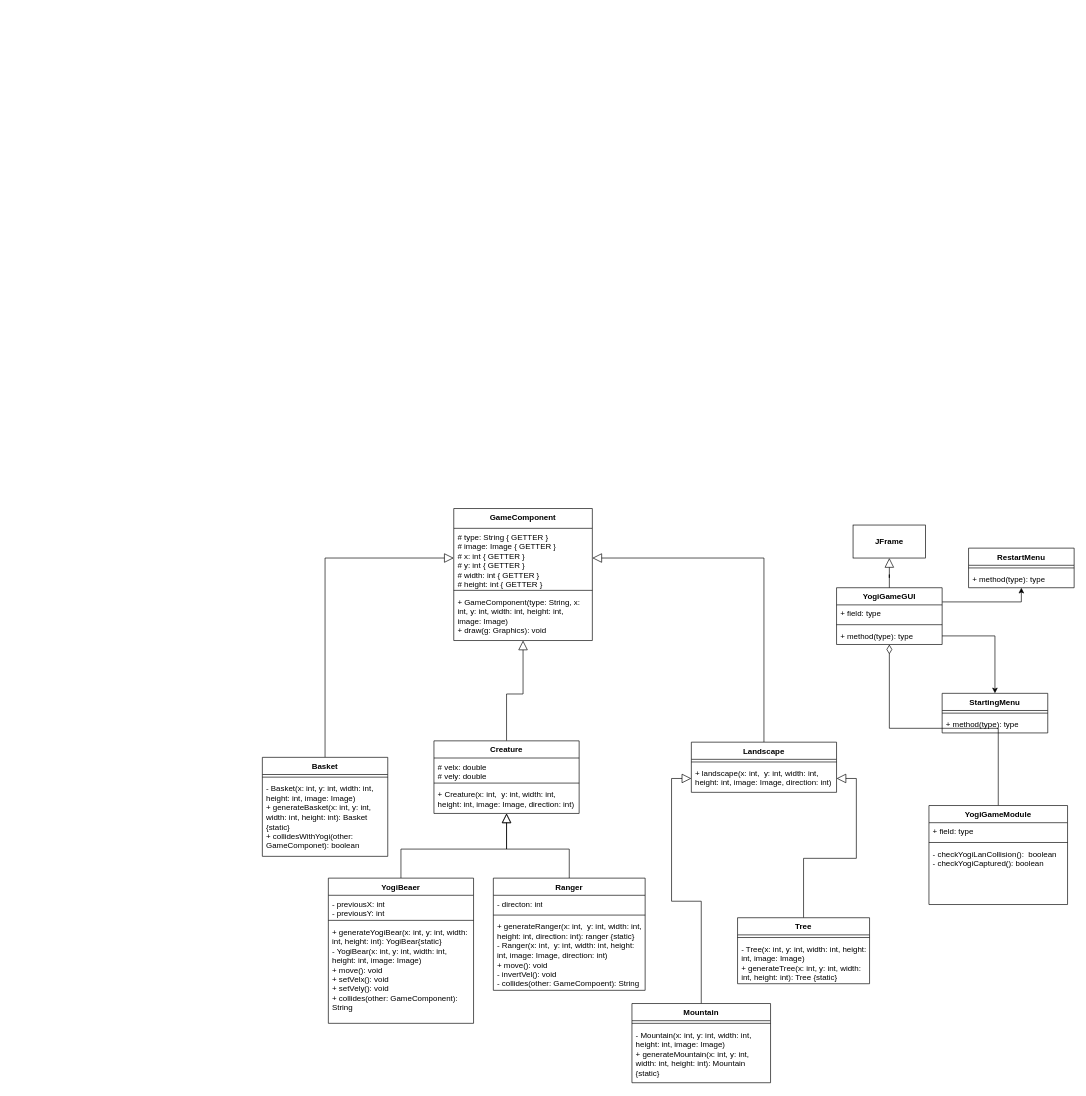
This is thirdAssignment.drawio from summertx/uml, a draw.io file, before an edit. Source tidied: cells renumbered, new cells numbered last; positions are measured from the earlier drawing's top-left corner, leaving out a move shared by most shapes. Both pictures are drawn from the tidied source at 66%, with x=0, y=0 at pixel (262, 508).
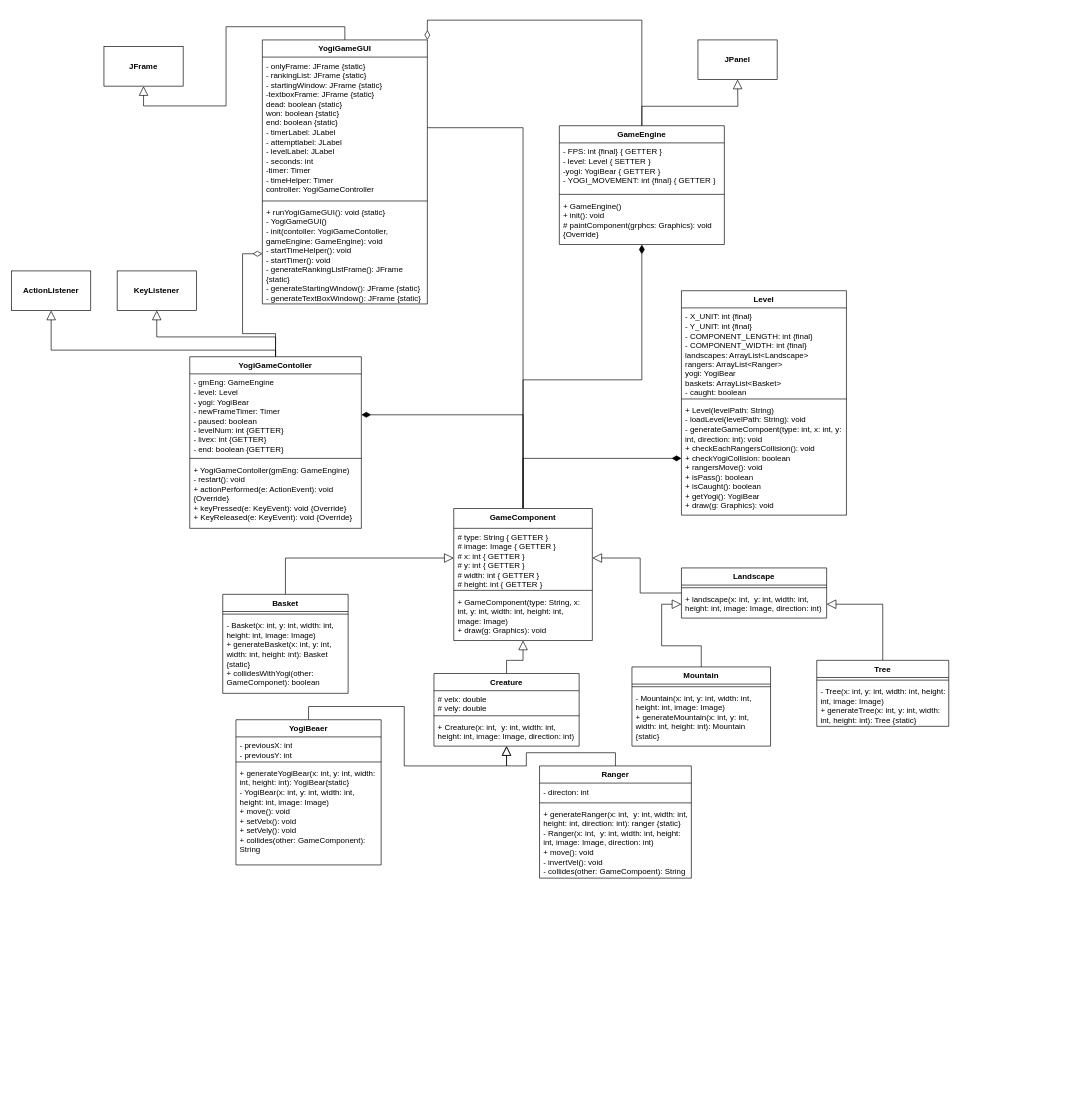
The same page after the edit.

Unchanged cells that the change refers to:
```xml
<mxCell id="8" value="&lt;div&gt;&lt;span style=&quot;background-color: initial;&quot;&gt;GameComponent&lt;/span&gt;&lt;/div&gt;" style="swimlane;fontStyle=1;align=center;verticalAlign=top;horizontal=1;startSize=30;whiteSpace=wrap;html=1;" parent="1" vertex="1">
  <mxGeometry x="290" width="210" height="200" as="geometry" />
</mxCell>
```

Diff of the diagram source:
```diff
@@
     <mxCell id="5" value="Basket" style="swimlane;fontStyle=1;align=center;verticalAlign=top;horizontal=1;startSize=26;whiteSpace=wrap;html=1;" parent="1" vertex="1">
-      <mxGeometry y="377" width="190" height="150" as="geometry" />
+      <mxGeometry x="-60" y="130" width="190" height="150" as="geometry" />
     </mxCell>
@@
+    <mxCell id="56" style="edgeStyle=orthogonalEdgeStyle;rounded=0;jettySize=auto;html=1;exitX=0.5;exitY=0;exitDx=0;exitDy=0;entryX=0.5;entryY=1;entryDx=0;entryDy=0;endSize=12;endArrow=diamondThin;endFill=1;" parent="1" edge="1" source="8" target="61">
+      <mxGeometry relative="1" as="geometry" />
+    </mxCell>
+    <mxCell id="57" style="edgeStyle=orthogonalEdgeStyle;rounded=0;jettySize=auto;html=1;exitX=0.5;exitY=0;exitDx=0;exitDy=0;entryX=0;entryY=0.5;entryDx=0;entryDy=0;endArrow=diamondThin;endFill=1;endSize=12;" parent="1" edge="1" source="8" target="72">
+      <mxGeometry relative="1" as="geometry" />
+    </mxCell>
+    <mxCell id="58" style="edgeStyle=orthogonalEdgeStyle;rounded=0;jettySize=auto;html=1;endArrow=none;endFill=0;endSize=12;" parent="1" edge="1" source="8" target="66">
+      <mxGeometry relative="1" as="geometry" />
+    </mxCell>
+    <mxCell id="59" style="edgeStyle=orthogonalEdgeStyle;rounded=0;jettySize=auto;html=1;entryX=1;entryY=0.5;entryDx=0;entryDy=0;endArrow=diamondThin;endFill=1;endSize=12;" parent="1" edge="1" source="8" target="77">
+      <mxGeometry relative="1" as="geometry" />
+    </mxCell>
@@
     <mxCell id="13" value="Ranger" style="swimlane;fontStyle=1;align=center;verticalAlign=top;horizontal=1;startSize=26;whiteSpace=wrap;html=1;" parent="1" vertex="1">
-      <mxGeometry x="350" y="560" width="230" height="170" as="geometry" />
+      <mxGeometry x="420" y="390" width="230" height="170" as="geometry" />
     </mxCell>
@@
     <mxCell id="18" value="Tree" style="swimlane;fontStyle=1;align=center;verticalAlign=top;horizontal=1;startSize=26;whiteSpace=wrap;html=1;" parent="1" vertex="1">
-      <mxGeometry x="720" y="620" width="200" height="100" as="geometry" />
+      <mxGeometry x="840" y="230" width="200" height="100" as="geometry" />
     </mxCell>
@@
     <mxCell id="22" value="Mountain" style="swimlane;fontStyle=1;align=center;verticalAlign=top;horizontal=1;startSize=26;whiteSpace=wrap;html=1;" parent="1" vertex="1">
-      <mxGeometry x="560" y="750" width="210" height="120" as="geometry" />
+      <mxGeometry x="560" y="240" width="210" height="120" as="geometry" />
     </mxCell>
@@
-    <mxCell id="25" style="edgeStyle=orthogonalEdgeStyle;rounded=0;jettySize=auto;html=1;exitX=0.5;exitY=0;exitDx=0;exitDy=0;endArrow=diamondThin;endFill=0;endSize=12;" parent="1" edge="1" source="26" target="31">
-      <mxGeometry relative="1" as="geometry" />
-    </mxCell>
-    <mxCell id="26" value="YogiGameModule" style="swimlane;fontStyle=1;align=center;verticalAlign=top;horizontal=1;startSize=26;whiteSpace=wrap;html=1;" parent="1" vertex="1">
-      <mxGeometry x="1010" y="450" width="210" height="150" as="geometry" />
-    </mxCell>
-    <mxCell id="27" value="+ field: type" style="text;strokeColor=none;fillColor=none;align=left;verticalAlign=top;spacingLeft=4;spacingRight=4;overflow=hidden;whiteSpace=wrap;html=1;" parent="26" vertex="1">
-      <mxGeometry y="26" width="210" height="26" as="geometry" />
-    </mxCell>
-    <mxCell id="28" style="line;strokeWidth=1;fillColor=none;align=left;verticalAlign=middle;spacingTop=-1;spacingLeft=3;spacingRight=3;labelPosition=right;strokeColor=inherit;" parent="26" vertex="1">
-      <mxGeometry y="52" width="210" height="8" as="geometry" />
-    </mxCell>
-    <mxCell id="29" value="- checkYogiLanCollision():&amp;nbsp; boolean&lt;div&gt;- checkYogiCaptured(): boolean&lt;/div&gt;" style="text;strokeColor=none;fillColor=none;align=left;verticalAlign=top;spacingLeft=4;spacingRight=4;overflow=hidden;whiteSpace=wrap;html=1;" parent="26" vertex="1">
-      <mxGeometry y="60" width="210" height="90" as="geometry" />
-    </mxCell>
-    <mxCell id="30" style="edgeStyle=orthogonalEdgeStyle;rounded=0;jettySize=auto;html=1;exitX=1;exitY=0.25;exitDx=0;exitDy=0;entryX=0.5;entryY=1;entryDx=0;entryDy=0;" parent="1" edge="1" source="31" target="38">
-      <mxGeometry relative="1" as="geometry" />
-    </mxCell>
-    <mxCell id="31" value="YogiGameGUI" style="swimlane;fontStyle=1;align=center;verticalAlign=top;horizontal=1;startSize=26;whiteSpace=wrap;html=1;" parent="1" vertex="1">
-      <mxGeometry x="870" y="120" width="160" height="86" as="geometry" />
-    </mxCell>
-    <mxCell id="32" value="+ field: type" style="text;strokeColor=none;fillColor=none;align=left;verticalAlign=top;spacingLeft=4;spacingRight=4;overflow=hidden;whiteSpace=wrap;html=1;" parent="31" vertex="1">
-      <mxGeometry y="26" width="160" height="26" as="geometry" />
-    </mxCell>
-    <mxCell id="33" style="line;strokeWidth=1;fillColor=none;align=left;verticalAlign=middle;spacingTop=-1;spacingLeft=3;spacingRight=3;labelPosition=right;strokeColor=inherit;" parent="31" vertex="1">
-      <mxGeometry y="52" width="160" height="8" as="geometry" />
-    </mxCell>
-    <mxCell id="34" value="+ method(type): type" style="text;strokeColor=none;fillColor=none;align=left;verticalAlign=top;spacingLeft=4;spacingRight=4;overflow=hidden;points=[[0,0.5],[1,0.5]];portConstraint=eastwest;whiteSpace=wrap;html=1;" parent="31" vertex="1">
-      <mxGeometry y="60" width="160" height="26" as="geometry" />
-    </mxCell>
-    <mxCell id="35" value="StartingMenu" style="swimlane;fontStyle=1;align=center;verticalAlign=top;horizontal=1;startSize=26;whiteSpace=wrap;html=1;" parent="1" vertex="1">
-      <mxGeometry x="1030" y="280" width="160" height="60" as="geometry" />
-    </mxCell>
-    <mxCell id="36" style="line;strokeWidth=1;fillColor=none;align=left;verticalAlign=middle;spacingTop=-1;spacingLeft=3;spacingRight=3;labelPosition=right;strokeColor=inherit;" parent="35" vertex="1">
-      <mxGeometry y="26" width="160" height="8" as="geometry" />
-    </mxCell>
-    <mxCell id="37" value="+ method(type): type" style="text;strokeColor=none;fillColor=none;align=left;verticalAlign=top;spacingLeft=4;spacingRight=4;overflow=hidden;whiteSpace=wrap;html=1;" parent="35" vertex="1">
-      <mxGeometry y="34" width="160" height="26" as="geometry" />
-    </mxCell>
-    <mxCell id="38" value="RestartMenu" style="swimlane;fontStyle=1;align=center;verticalAlign=top;horizontal=1;startSize=26;whiteSpace=wrap;html=1;" parent="1" vertex="1">
-      <mxGeometry x="1070" y="60" width="160" height="60" as="geometry" />
-    </mxCell>
-    <mxCell id="39" style="line;strokeWidth=1;fillColor=none;align=left;verticalAlign=middle;spacingTop=-1;spacingLeft=3;spacingRight=3;labelPosition=right;strokeColor=inherit;" parent="38" vertex="1">
-      <mxGeometry y="26" width="160" height="8" as="geometry" />
-    </mxCell>
-    <mxCell id="40" value="+ method(type): type" style="text;strokeColor=none;fillColor=none;align=left;verticalAlign=top;spacingLeft=4;spacingRight=4;overflow=hidden;whiteSpace=wrap;html=1;" parent="38" vertex="1">
-      <mxGeometry y="34" width="160" height="26" as="geometry" />
-    </mxCell>
-    <mxCell id="41" style="edgeStyle=orthogonalEdgeStyle;rounded=0;jettySize=auto;html=1;exitX=1;exitY=0.5;exitDx=0;exitDy=0;entryX=0.5;entryY=0;entryDx=0;entryDy=0;" parent="1" edge="1" source="34" target="35">
-      <mxGeometry relative="1" as="geometry" />
-    </mxCell>
-    <mxCell id="42" style="edgeStyle=orthogonalEdgeStyle;rounded=0;jettySize=auto;html=1;entryX=0.5;entryY=0;entryDx=0;entryDy=0;startArrow=block;startFill=0;endArrow=none;endFill=0;startSize=12;" parent="1" edge="1" source="43" target="31">
-      <mxGeometry relative="1" as="geometry" />
-    </mxCell>
-    <mxCell id="43" value="&lt;b&gt;JFrame&lt;/b&gt;" style="html=1;whiteSpace=wrap;" parent="1" vertex="1">
-      <mxGeometry x="895" y="25" width="110" height="50" as="geometry" />
-    </mxCell>
     <mxCell id="44" value="YogiBeaer" style="swimlane;fontStyle=1;align=center;verticalAlign=top;horizontal=1;startSize=26;whiteSpace=wrap;html=1;" parent="1" vertex="1">
-      <mxGeometry x="100" y="560" width="220" height="220" as="geometry" />
+      <mxGeometry x="-40" y="320" width="220" height="220" as="geometry" />
     </mxCell>
@@
     <mxCell id="48" value="Creature" style="swimlane;fontStyle=1;align=center;verticalAlign=top;horizontal=1;startSize=26;whiteSpace=wrap;html=1;" parent="1" vertex="1">
-      <mxGeometry x="260" y="352" width="220" height="110" as="geometry" />
+      <mxGeometry x="260" y="250" width="220" height="110" as="geometry" />
     </mxCell>
@@
     <mxCell id="53" value="Landscape" style="swimlane;fontStyle=1;align=center;verticalAlign=top;horizontal=1;startSize=26;whiteSpace=wrap;html=1;" parent="1" vertex="1">
-      <mxGeometry x="650" y="354" width="220" height="76" as="geometry" />
+      <mxGeometry x="635" y="90" width="220" height="76" as="geometry" />
     </mxCell>
@@
+    <mxCell id="60" style="edgeStyle=orthogonalEdgeStyle;rounded=0;jettySize=auto;html=1;exitX=0.5;exitY=0;exitDx=0;exitDy=0;endArrow=block;endFill=0;endSize=12;" parent="1" edge="1" source="61">
+      <mxGeometry relative="1" as="geometry">
+        <mxPoint x="720" y="-650" as="targetPoint" />
+      </mxGeometry>
+    </mxCell>
+    <mxCell id="61" value="GameEngine" style="swimlane;fontStyle=1;align=center;verticalAlign=top;horizontal=1;startSize=26;whiteSpace=wrap;html=1;" parent="1" vertex="1">
+      <mxGeometry x="450" y="-580" width="250" height="180" as="geometry" />
+    </mxCell>
+    <mxCell id="62" value="- FPS: int {final} { GETTER }&lt;div&gt;- level: Level { SETTER }&lt;/div&gt;&lt;div&gt;-yogi: YogiBear { GETTER }&lt;/div&gt;&lt;div&gt;- YOGI_MOVEMENT: int {final} { GETTER }&lt;/div&gt;" style="text;strokeColor=none;fillColor=none;align=left;verticalAlign=top;spacingLeft=4;spacingRight=4;overflow=hidden;whiteSpace=wrap;html=1;" parent="61" vertex="1">
+      <mxGeometry y="26" width="250" height="74" as="geometry" />
+    </mxCell>
+    <mxCell id="63" style="line;strokeWidth=1;fillColor=none;align=left;verticalAlign=middle;spacingTop=-1;spacingLeft=3;spacingRight=3;labelPosition=right;strokeColor=inherit;" parent="61" vertex="1">
+      <mxGeometry y="100" width="250" height="8" as="geometry" />
+    </mxCell>
+    <mxCell id="64" value="+ GameEngine()&lt;div&gt;+ init(): void&lt;/div&gt;&lt;div&gt;# paintComponent(grphcs: Graphics): void {Override}&lt;/div&gt;" style="text;strokeColor=none;fillColor=none;align=left;verticalAlign=top;spacingLeft=4;spacingRight=4;overflow=hidden;whiteSpace=wrap;html=1;" parent="61" vertex="1">
+      <mxGeometry y="108" width="250" height="72" as="geometry" />
+    </mxCell>
+    <mxCell id="65" style="edgeStyle=orthogonalEdgeStyle;rounded=0;jettySize=auto;html=1;exitX=0.5;exitY=0;exitDx=0;exitDy=0;entryX=0.5;entryY=1;entryDx=0;entryDy=0;endArrow=block;endFill=0;endSize=12;" parent="1" edge="1" source="31" target="43">
+      <mxGeometry relative="1" as="geometry" />
+    </mxCell>
+    <mxCell id="31" value="YogiGameGUI" style="swimlane;fontStyle=1;align=center;verticalAlign=top;horizontal=1;startSize=26;whiteSpace=wrap;html=1;" parent="1" vertex="1">
+      <mxGeometry y="-710" width="250" height="400" as="geometry" />
+    </mxCell>
+    <mxCell id="66" value="- onlyFrame: JFrame {static}&lt;div&gt;- rankingList: JFrame {static}&lt;/div&gt;&lt;div&gt;- startingWindow: JFrame {static}&lt;/div&gt;&lt;div&gt;-textboxFrame: JFrame {static}&lt;/div&gt;&lt;div&gt;dead: boolean {static}&lt;/div&gt;&lt;div&gt;won: boolean {static}&lt;/div&gt;&lt;div&gt;end: boolean {static}&lt;/div&gt;&lt;div&gt;- timerLabel: JLabel&lt;/div&gt;&lt;div&gt;- attemptlabel: JLabel&lt;/div&gt;&lt;div&gt;- levelLabel: JLabel&amp;nbsp;&lt;/div&gt;&lt;div&gt;- seconds: int&amp;nbsp;&lt;/div&gt;&lt;div&gt;-timer: Timer&lt;/div&gt;&lt;div&gt;- timeHelper: Timer&lt;/div&gt;&lt;div&gt;controller: YogiGameController&lt;/div&gt;" style="text;strokeColor=none;fillColor=none;align=left;verticalAlign=top;spacingLeft=4;spacingRight=4;overflow=hidden;points=[[0,0.5],[1,0.5]];portConstraint=eastwest;whiteSpace=wrap;html=1;" parent="31" vertex="1">
+      <mxGeometry y="26" width="250" height="214" as="geometry" />
+    </mxCell>
+    <mxCell id="67" style="line;strokeWidth=1;fillColor=none;align=left;verticalAlign=middle;spacingTop=-1;spacingLeft=3;spacingRight=3;labelPosition=right;strokeColor=inherit;" parent="31" vertex="1">
+      <mxGeometry y="240" width="250" height="8" as="geometry" />
+    </mxCell>
+    <mxCell id="68" value="+ runYogiGameGUI(): void {static}&lt;div&gt;- YogiGameGUI()&lt;/div&gt;&lt;div&gt;- init(contoller: YogiGameContoller, gameEngine: GameEngine): void&lt;/div&gt;&lt;div&gt;- startTimeHelper(): void&lt;/div&gt;&lt;div&gt;- startTimer(): void&lt;/div&gt;&lt;div&gt;- generateRankingListFrame(): JFrame {static}&lt;/div&gt;&lt;div&gt;- generateStartingWindow(): JFrame {static}&lt;/div&gt;&lt;div&gt;- generateTextBoxWindow(): JFrame {static}&lt;/div&gt;" style="text;strokeColor=none;fillColor=none;align=left;verticalAlign=top;spacingLeft=4;spacingRight=4;overflow=hidden;points=[[0,0.5],[1,0.5]];portConstraint=eastwest;whiteSpace=wrap;html=1;" parent="31" vertex="1">
+      <mxGeometry y="248" width="250" height="152" as="geometry" />
+    </mxCell>
+    <mxCell id="69" value="Level" style="swimlane;fontStyle=1;align=center;verticalAlign=top;horizontal=1;startSize=26;whiteSpace=wrap;html=1;" parent="1" vertex="1">
+      <mxGeometry x="635" y="-330" width="250" height="340" as="geometry" />
+    </mxCell>
+    <mxCell id="70" value="- X_UNIT: int {final}&lt;div&gt;- Y_UNIT: int {final}&lt;/div&gt;&lt;div&gt;- COMPONENT_LENGTH: int {final}&lt;/div&gt;&lt;div&gt;- COMPONENT_WIDTH: int {final}&lt;/div&gt;&lt;div&gt;landscapes: ArrayList&amp;lt;Landscape&amp;gt;&lt;/div&gt;&lt;div&gt;rangers: ArrayList&amp;lt;Ranger&amp;gt;&lt;/div&gt;&lt;div&gt;yogi: YogiBear&lt;/div&gt;&lt;div&gt;baskets: ArrayList&amp;lt;Basket&amp;gt;&lt;/div&gt;&lt;div&gt;- caught: boolean&lt;/div&gt;" style="text;strokeColor=none;fillColor=none;align=left;verticalAlign=top;spacingLeft=4;spacingRight=4;overflow=hidden;whiteSpace=wrap;html=1;" parent="69" vertex="1">
+      <mxGeometry y="26" width="250" height="134" as="geometry" />
+    </mxCell>
+    <mxCell id="71" style="line;strokeWidth=1;fillColor=none;align=left;verticalAlign=middle;spacingTop=-1;spacingLeft=3;spacingRight=3;labelPosition=right;strokeColor=inherit;" parent="69" vertex="1">
+      <mxGeometry y="160" width="250" height="8" as="geometry" />
+    </mxCell>
+    <mxCell id="72" value="+ Level(levelPath: String)&lt;div&gt;- loadLevel(levelPath: String): void&lt;/div&gt;&lt;div&gt;- generateGameCompoent(type: int, x: int, y: int, direction: int): void&lt;/div&gt;&lt;div&gt;+ checkEachRangersCollision(): void&lt;/div&gt;&lt;div&gt;+ checkYogiCollision: boolean&lt;/div&gt;&lt;div&gt;+ rangersMove(): void&lt;/div&gt;&lt;div&gt;+ isPass(): boolean&lt;/div&gt;&lt;div&gt;+ isCaught(): boolean&lt;/div&gt;&lt;div&gt;+ getYogi(): YogiBear&lt;/div&gt;&lt;div&gt;+ draw(g: Graphics): void&lt;/div&gt;" style="text;strokeColor=none;fillColor=none;align=left;verticalAlign=top;spacingLeft=4;spacingRight=4;overflow=hidden;points=[[0,0.5],[1,0.5]];portConstraint=eastwest;whiteSpace=wrap;html=1;" parent="69" vertex="1">
+      <mxGeometry y="168" width="250" height="172" as="geometry" />
+    </mxCell>
+    <mxCell id="73" style="edgeStyle=orthogonalEdgeStyle;rounded=0;jettySize=auto;html=1;exitX=0.5;exitY=0;exitDx=0;exitDy=0;entryX=0;entryY=0.5;entryDx=0;entryDy=0;endArrow=diamondThin;endFill=0;endSize=12;" parent="1" edge="1" source="76" target="68">
+      <mxGeometry relative="1" as="geometry" />
+    </mxCell>
+    <mxCell id="74" style="edgeStyle=orthogonalEdgeStyle;rounded=0;jettySize=auto;html=1;exitX=0.5;exitY=0;exitDx=0;exitDy=0;entryX=0.5;entryY=1;entryDx=0;entryDy=0;endArrow=block;endFill=0;endSize=12;" parent="1" edge="1" source="76" target="81">
+      <mxGeometry relative="1" as="geometry" />
+    </mxCell>
+    <mxCell id="75" style="edgeStyle=orthogonalEdgeStyle;rounded=0;jettySize=auto;html=1;entryX=0.5;entryY=1;entryDx=0;entryDy=0;endArrow=block;endFill=0;endSize=12;" parent="1" edge="1" source="76" target="82">
+      <mxGeometry relative="1" as="geometry">
+        <Array as="points">
+          <mxPoint x="20" y="-240" />
+          <mxPoint x="-320" y="-240" />
+        </Array>
+      </mxGeometry>
+    </mxCell>
+    <mxCell id="76" value="YogiGameContoller" style="swimlane;fontStyle=1;align=center;verticalAlign=top;horizontal=1;startSize=26;whiteSpace=wrap;html=1;" parent="1" vertex="1">
+      <mxGeometry x="-110" y="-230" width="260" height="260" as="geometry" />
+    </mxCell>
+    <mxCell id="77" value="- gmEng: GameEngine&lt;div&gt;- level: Level&lt;/div&gt;&lt;div&gt;- yogi: YogiBear&lt;/div&gt;&lt;div&gt;- newFrameTimer: Timer&lt;/div&gt;&lt;div&gt;- paused: boolean&lt;/div&gt;&lt;div&gt;- levelNum: int {GETTER}&lt;/div&gt;&lt;div&gt;- livex: int {GETTER}&lt;/div&gt;&lt;div&gt;- end: boolean {GETTER}&lt;/div&gt;" style="text;strokeColor=none;fillColor=none;align=left;verticalAlign=top;spacingLeft=4;spacingRight=4;overflow=hidden;points=[[0,0.5],[1,0.5]];portConstraint=eastwest;whiteSpace=wrap;html=1;" parent="76" vertex="1">
+      <mxGeometry y="26" width="260" height="124" as="geometry" />
+    </mxCell>
+    <mxCell id="78" style="line;strokeWidth=1;fillColor=none;align=left;verticalAlign=middle;spacingTop=-1;spacingLeft=3;spacingRight=3;labelPosition=right;strokeColor=inherit;" parent="76" vertex="1">
+      <mxGeometry y="150" width="260" height="8" as="geometry" />
+    </mxCell>
+    <mxCell id="79" value="+ YogiGameContoller(gmEng: GameEngine)&lt;div&gt;- restart(): void&lt;/div&gt;&lt;div&gt;+ actionPerformed(e: ActionEvent): void {Override}&lt;/div&gt;&lt;div&gt;+ keyPressed(e: KeyEvent): void {Override}&lt;/div&gt;&lt;div&gt;+ KeyReleased(e: KeyEvent): void {Override}&lt;/div&gt;&lt;div&gt;&lt;br&gt;&lt;/div&gt;" style="text;strokeColor=none;fillColor=none;align=left;verticalAlign=top;spacingLeft=4;spacingRight=4;overflow=hidden;whiteSpace=wrap;html=1;" parent="76" vertex="1">
+      <mxGeometry y="158" width="260" height="102" as="geometry" />
+    </mxCell>
+    <mxCell id="80" style="edgeStyle=orthogonalEdgeStyle;rounded=0;jettySize=auto;html=1;exitX=0.5;exitY=0;exitDx=0;exitDy=0;entryX=1;entryY=0;entryDx=0;entryDy=0;endArrow=diamondThin;endFill=0;endSize=12;" parent="1" edge="1" source="61" target="31">
+      <mxGeometry relative="1" as="geometry" />
+    </mxCell>
+    <mxCell id="81" value="&lt;b&gt;KeyListener&lt;/b&gt;" style="rounded=0;whiteSpace=wrap;html=1;" parent="1" vertex="1">
+      <mxGeometry x="-220" y="-360" width="120" height="60" as="geometry" />
+    </mxCell>
+    <mxCell id="82" value="&lt;b&gt;ActionListener&lt;/b&gt;" style="rounded=0;whiteSpace=wrap;html=1;" parent="1" vertex="1">
+      <mxGeometry x="-380" y="-360" width="120" height="60" as="geometry" />
+    </mxCell>
+    <mxCell id="43" value="&lt;b&gt;JFrame&lt;/b&gt;" style="rounded=0;whiteSpace=wrap;html=1;" parent="1" vertex="1">
+      <mxGeometry x="-240" y="-700" width="120" height="60" as="geometry" />
+    </mxCell>
+    <mxCell id="83" value="&lt;b&gt;JPanel&lt;/b&gt;" style="rounded=0;whiteSpace=wrap;html=1;" parent="1" vertex="1">
+      <mxGeometry x="660" y="-710" width="120" height="60" as="geometry" />
+    </mxCell>
```
